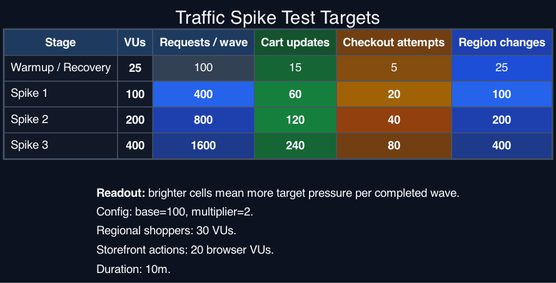
This is docs/graphviz/traffic-spike-target-heatmap-dark.png from orenlion1/ensemble-retail, a Graphviz export, as it was before one commit. Its source is kept beside it as docs/graphviz/traffic-spike-target-heatmap-dark.dot.
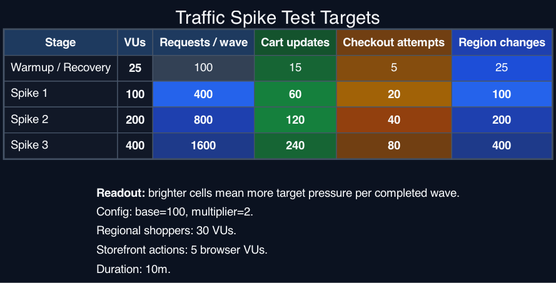
The same diagram one commit later.

The edit, as a diff of the source:
```diff
@@ -18,7 +18,7 @@
       <TR><TD ALIGN="LEFT"><FONT COLOR="#f8fafc"><B>Readout:</B> brighter cells mean more target pressure per completed wave.</FONT></TD></TR>
       <TR><TD ALIGN="LEFT"><FONT COLOR="#f8fafc">Config: base=100, multiplier=2.</FONT></TD></TR>
       <TR><TD ALIGN="LEFT"><FONT COLOR="#f8fafc">Regional shoppers: 30 VUs.</FONT></TD></TR>
-      <TR><TD ALIGN="LEFT"><FONT COLOR="#f8fafc">Storefront actions: 20 browser VUs.</FONT></TD></TR>
+      <TR><TD ALIGN="LEFT"><FONT COLOR="#f8fafc">Storefront actions: 5 browser VUs.</FONT></TD></TR>
       <TR><TD ALIGN="LEFT"><FONT COLOR="#f8fafc">Duration: 10m.</FONT></TD></TR>
     </TABLE>
   >];
```
